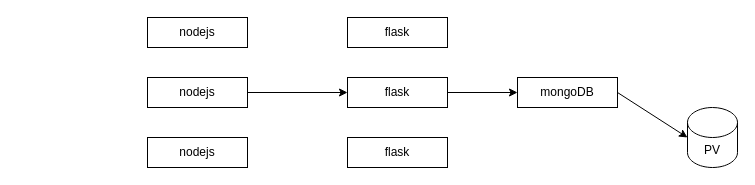
Earlier version of the draw.io diagram doc/architecture.drawio (nm-dl1212/k8s-study). Source tidied: cells renumbered, new cells numbered last; positions are measured from the earlier drawing's top-left corner, leaving out a move shared by most shapes. Both pictures are drawn from the tidied source at 100%, with x=0, y=0 at pixel (147, 17).
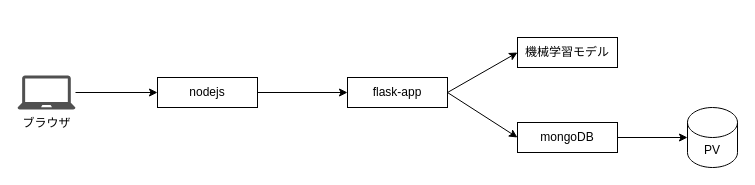
The same diagram, later.

Diff of the diagram source:
```diff
@@
 <mxGraphModel>
   <root>
     <mxCell id="0" />
     <mxCell id="1" parent="0" />
-    <mxCell id="2" value="nodejs" style="rounded=0;whiteSpace=wrap;html=1;" parent="1" vertex="1">
-      <mxGeometry width="100" height="30" as="geometry" />
-    </mxCell>
-    <mxCell id="3" value="flask" style="rounded=0;whiteSpace=wrap;html=1;" parent="1" vertex="1">
-      <mxGeometry x="200" width="100" height="30" as="geometry" />
-    </mxCell>
     <mxCell id="4" value="PV" style="shape=cylinder3;whiteSpace=wrap;html=1;boundedLbl=1;backgroundOutline=1;size=15;" parent="1" vertex="1">
       <mxGeometry x="540" y="90" width="50" height="60" as="geometry" />
     </mxCell>
     <mxCell id="5" style="edgeStyle=none;html=1;exitX=1;exitY=0.5;exitDx=0;exitDy=0;entryX=0;entryY=0.5;entryDx=0;entryDy=0;" parent="1" edge="1" source="6" target="8">
       <mxGeometry relative="1" as="geometry" />
     </mxCell>
     <mxCell id="6" value="nodejs" style="rounded=0;whiteSpace=wrap;html=1;" parent="1" vertex="1">
-      <mxGeometry y="60" width="100" height="30" as="geometry" />
+      <mxGeometry x="10" y="60" width="100" height="30" as="geometry" />
     </mxCell>
     <mxCell id="7" style="edgeStyle=none;html=1;exitX=1;exitY=0.5;exitDx=0;exitDy=0;entryX=0;entryY=0.5;entryDx=0;entryDy=0;" parent="1" edge="1" source="8" target="12">
       <mxGeometry relative="1" as="geometry" />
     </mxCell>
+    <mxCell id="13" style="edgeStyle=none;html=1;exitX=1;exitY=0.5;exitDx=0;exitDy=0;entryX=0;entryY=0.5;entryDx=0;entryDy=0;" parent="1" edge="1" source="8" target="16">
+      <mxGeometry relative="1" as="geometry" />
+    </mxCell>
-    <mxCell id="8" value="flask" style="rounded=0;whiteSpace=wrap;html=1;" parent="1" vertex="1">
+    <mxCell id="8" value="flask-app" style="rounded=0;whiteSpace=wrap;html=1;" parent="1" vertex="1">
       <mxGeometry x="200" y="60" width="100" height="30" as="geometry" />
     </mxCell>
-    <mxCell id="9" value="nodejs" style="rounded=0;whiteSpace=wrap;html=1;" parent="1" vertex="1">
-      <mxGeometry y="120" width="100" height="30" as="geometry" />
-    </mxCell>
-    <mxCell id="10" value="flask" style="rounded=0;whiteSpace=wrap;html=1;" parent="1" vertex="1">
-      <mxGeometry x="200" y="120" width="100" height="30" as="geometry" />
-    </mxCell>
     <mxCell id="11" style="edgeStyle=none;html=1;exitX=1;exitY=0.5;exitDx=0;exitDy=0;entryX=0;entryY=0.5;entryDx=0;entryDy=0;entryPerimeter=0;" parent="1" edge="1" source="12" target="4">
       <mxGeometry relative="1" as="geometry" />
     </mxCell>
     <mxCell id="12" value="mongoDB" style="rounded=0;whiteSpace=wrap;html=1;" parent="1" vertex="1">
-      <mxGeometry x="370" y="60" width="100" height="30" as="geometry" />
+      <mxGeometry x="370" y="105" width="100" height="30" as="geometry" />
     </mxCell>
+    <mxCell id="14" style="edgeStyle=none;html=1;entryX=0;entryY=0.5;entryDx=0;entryDy=0;" parent="1" edge="1" source="15" target="6">
+      <mxGeometry relative="1" as="geometry" />
+    </mxCell>
+    <mxCell id="15" value="ブラウザ" style="sketch=0;shadow=0;dashed=0;html=1;strokeColor=none;fillColor=#505050;labelPosition=center;verticalLabelPosition=bottom;verticalAlign=top;outlineConnect=0;align=center;shape=mxgraph.office.devices.laptop;" parent="1" vertex="1">
+      <mxGeometry x="-130" y="58" width="58" height="34" as="geometry" />
+    </mxCell>
+    <mxCell id="16" value="機械学習モデル" style="rounded=0;whiteSpace=wrap;html=1;" parent="1" vertex="1">
+      <mxGeometry x="370" y="20" width="100" height="30" as="geometry" />
+    </mxCell>
   </root>
 </mxGraphModel>
```
